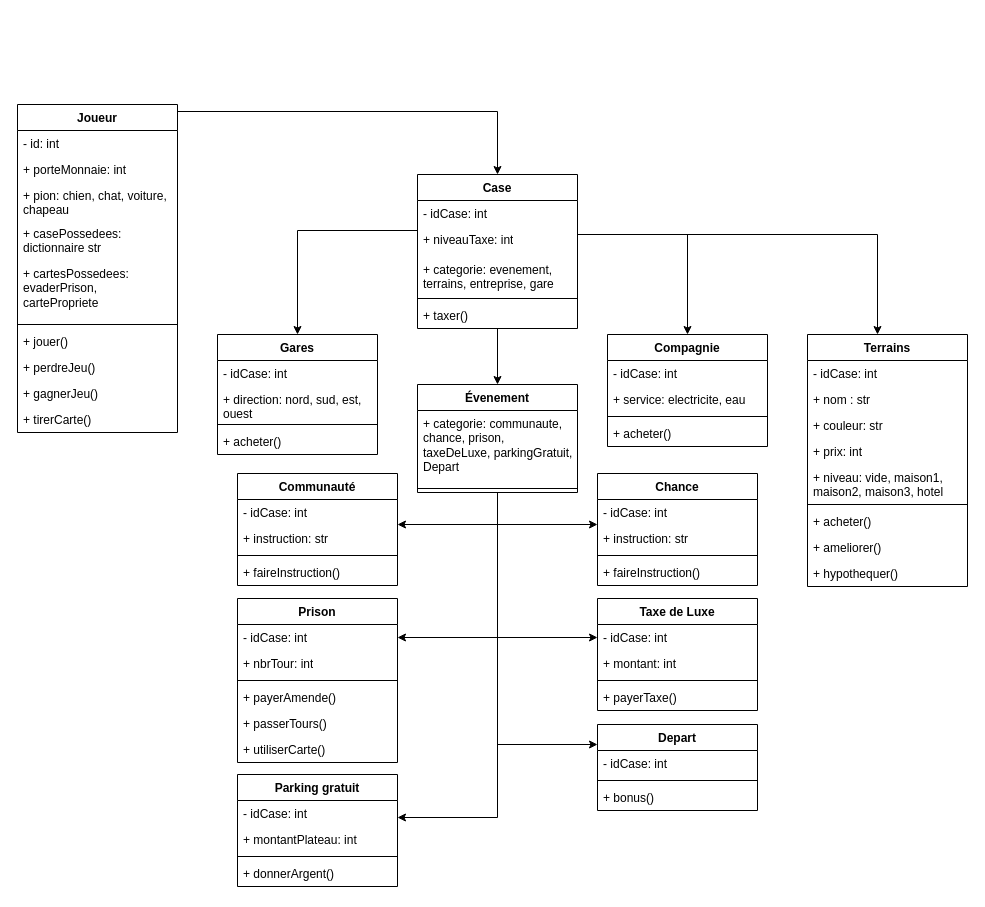
The draw.io diagram diagrammeClasse/DiagMonopoly.drawio in Davidbld/CPP-Monopoly, before the edit. Source tidied: cells renumbered, new cells numbered last; positions are measured from the earlier drawing's top-left corner, leaving out a move shared by most shapes. Both pictures are drawn from the tidied source at 100%, with x=0, y=0 at pixel (17, 104).
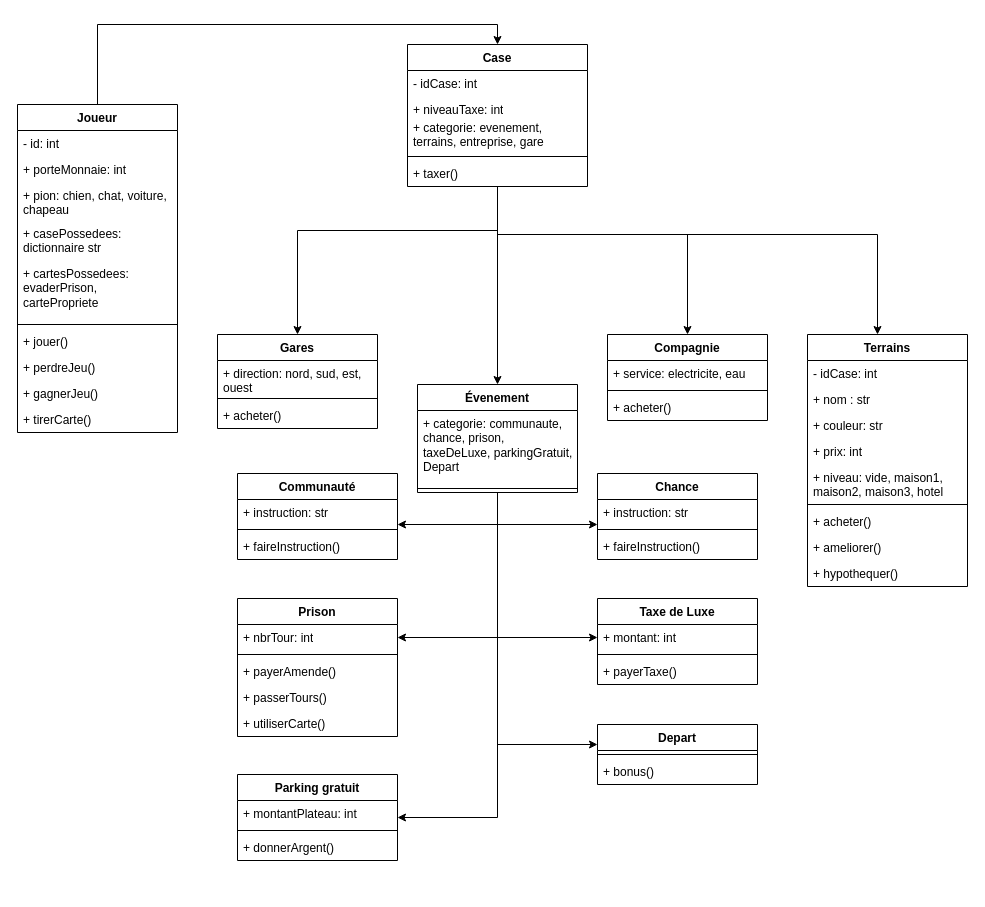
The same diagram, later.

Unchanged cells that the change refers to:
```xml
<mxCell id="13" value="Joueur" style="swimlane;fontStyle=1;align=center;verticalAlign=top;horizontal=1;startSize=26;whiteSpace=wrap;html=1;" parent="1" vertex="1">
  <mxGeometry width="160" height="328" as="geometry" />
</mxCell>
```

Diff of the diagram source:
```diff
@@
     <mxCell id="6" value="Case" style="swimlane;fontStyle=1;align=center;verticalAlign=top;horizontal=1;startSize=26;whiteSpace=wrap;html=1;" parent="1" vertex="1">
-      <mxGeometry x="400" y="70" width="160" height="154" as="geometry" />
+      <mxGeometry x="390" y="-60" width="180" height="142" as="geometry" />
     </mxCell>
     <mxCell id="7" value="- idCase: int" style="text;strokeColor=none;fillColor=none;align=left;verticalAlign=top;spacingLeft=4;spacingRight=4;overflow=hidden;whiteSpace=wrap;html=1;" parent="6" vertex="1">
-      <mxGeometry y="26" width="160" height="26" as="geometry" />
+      <mxGeometry y="26" width="180" height="26" as="geometry" />
     </mxCell>
     <mxCell id="8" value="+ niveauTaxe: int" style="text;strokeColor=none;fillColor=none;align=left;verticalAlign=top;spacingLeft=4;spacingRight=4;overflow=hidden;whiteSpace=wrap;html=1;" parent="6" vertex="1">
-      <mxGeometry y="52" width="160" height="30" as="geometry" />
+      <mxGeometry y="52" width="180" height="18" as="geometry" />
     </mxCell>
     <mxCell id="9" value="+ categorie: evenement, terrains, entreprise, gare" style="text;strokeColor=none;fillColor=none;align=left;verticalAlign=top;spacingLeft=4;spacingRight=4;overflow=hidden;whiteSpace=wrap;html=1;" parent="6" vertex="1">
-      <mxGeometry y="82" width="160" height="38" as="geometry" />
+      <mxGeometry y="70" width="180" height="38" as="geometry" />
     </mxCell>
     <mxCell id="10" style="line;strokeWidth=1;fillColor=none;align=left;verticalAlign=middle;spacingTop=-1;spacingLeft=3;spacingRight=3;labelPosition=right;strokeColor=inherit;" parent="6" vertex="1">
-      <mxGeometry y="120" width="160" height="8" as="geometry" />
+      <mxGeometry y="108" width="180" height="8" as="geometry" />
     </mxCell>
     <mxCell id="11" value="+ taxer()" style="text;strokeColor=none;fillColor=none;align=left;verticalAlign=top;spacingLeft=4;spacingRight=4;overflow=hidden;whiteSpace=wrap;html=1;" parent="6" vertex="1">
-      <mxGeometry y="128" width="160" height="26" as="geometry" />
+      <mxGeometry y="116" width="180" height="26" as="geometry" />
     </mxCell>
     <mxCell id="12" style="edgeStyle=orthogonalEdgeStyle;shape=connector;rounded=0;jettySize=auto;html=1;strokeColor=default;align=center;verticalAlign=middle;fontFamily=Helvetica;fontSize=11;fontColor=default;labelBackgroundColor=default;endArrow=classic;" parent="1" edge="1" source="13" target="6">
       <mxGeometry relative="1" as="geometry">
         <Array as="points">
-          <mxPoint x="480" y="7" />
+          <mxPoint x="80" y="-80" />
+          <mxPoint x="480" y="-80" />
         </Array>
       </mxGeometry>
     </mxCell>
@@
     <mxCell id="24" value="Chance" style="swimlane;fontStyle=1;align=center;verticalAlign=top;horizontal=1;startSize=26;whiteSpace=wrap;html=1;" parent="1" vertex="1">
-      <mxGeometry x="580" y="369" width="160" height="112" as="geometry" />
+      <mxGeometry x="580" y="369" width="160" height="86" as="geometry" />
     </mxCell>
-    <mxCell id="25" value="- idCase: int" style="text;strokeColor=none;fillColor=none;align=left;verticalAlign=top;spacingLeft=4;spacingRight=4;overflow=hidden;whiteSpace=wrap;html=1;" parent="24" vertex="1">
-      <mxGeometry y="26" width="160" height="26" as="geometry" />
-    </mxCell>
     <mxCell id="26" value="+ instruction: str" style="text;strokeColor=none;fillColor=none;align=left;verticalAlign=top;spacingLeft=4;spacingRight=4;overflow=hidden;whiteSpace=wrap;html=1;" parent="24" vertex="1">
-      <mxGeometry y="52" width="160" height="26" as="geometry" />
+      <mxGeometry y="26" width="160" height="26" as="geometry" />
     </mxCell>
     <mxCell id="27" style="line;strokeWidth=1;fillColor=none;align=left;verticalAlign=middle;spacingTop=-1;spacingLeft=3;spacingRight=3;labelPosition=right;strokeColor=inherit;" parent="24" vertex="1">
-      <mxGeometry y="78" width="160" height="8" as="geometry" />
+      <mxGeometry y="52" width="160" height="8" as="geometry" />
     </mxCell>
     <mxCell id="28" value="+ faireInstruction()" style="text;strokeColor=none;fillColor=none;align=left;verticalAlign=top;spacingLeft=4;spacingRight=4;overflow=hidden;whiteSpace=wrap;html=1;" parent="24" vertex="1">
-      <mxGeometry y="86" width="160" height="26" as="geometry" />
+      <mxGeometry y="60" width="160" height="26" as="geometry" />
     </mxCell>
     <mxCell id="29" value="Communauté" style="swimlane;fontStyle=1;align=center;verticalAlign=top;horizontal=1;startSize=26;whiteSpace=wrap;html=1;" parent="1" vertex="1">
-      <mxGeometry x="220" y="369" width="160" height="112" as="geometry" />
+      <mxGeometry x="220" y="369" width="160" height="86" as="geometry" />
     </mxCell>
-    <mxCell id="30" value="- idCase: int" style="text;strokeColor=none;fillColor=none;align=left;verticalAlign=top;spacingLeft=4;spacingRight=4;overflow=hidden;whiteSpace=wrap;html=1;" parent="29" vertex="1">
-      <mxGeometry y="26" width="160" height="26" as="geometry" />
-    </mxCell>
     <mxCell id="31" value="+ instruction: str" style="text;strokeColor=none;fillColor=none;align=left;verticalAlign=top;spacingLeft=4;spacingRight=4;overflow=hidden;whiteSpace=wrap;html=1;" parent="29" vertex="1">
-      <mxGeometry y="52" width="160" height="26" as="geometry" />
+      <mxGeometry y="26" width="160" height="26" as="geometry" />
     </mxCell>
     <mxCell id="32" style="line;strokeWidth=1;fillColor=none;align=left;verticalAlign=middle;spacingTop=-1;spacingLeft=3;spacingRight=3;labelPosition=right;strokeColor=inherit;" parent="29" vertex="1">
-      <mxGeometry y="78" width="160" height="8" as="geometry" />
+      <mxGeometry y="52" width="160" height="8" as="geometry" />
     </mxCell>
     <mxCell id="33" value="+ faireInstruction()" style="text;strokeColor=none;fillColor=none;align=left;verticalAlign=top;spacingLeft=4;spacingRight=4;overflow=hidden;whiteSpace=wrap;html=1;" parent="29" vertex="1">
-      <mxGeometry y="86" width="160" height="26" as="geometry" />
+      <mxGeometry y="60" width="160" height="26" as="geometry" />
     </mxCell>
@@
     <mxCell id="43" value="Prison" style="swimlane;fontStyle=1;align=center;verticalAlign=top;horizontal=1;startSize=26;whiteSpace=wrap;html=1;" parent="1" vertex="1">
-      <mxGeometry x="220" y="494" width="160" height="164" as="geometry" />
+      <mxGeometry x="220" y="494" width="160" height="138" as="geometry" />
     </mxCell>
-    <mxCell id="44" value="- idCase: int" style="text;strokeColor=none;fillColor=none;align=left;verticalAlign=top;spacingLeft=4;spacingRight=4;overflow=hidden;whiteSpace=wrap;html=1;" parent="43" vertex="1">
-      <mxGeometry y="26" width="160" height="26" as="geometry" />
-    </mxCell>
     <mxCell id="45" value="+ nbrTour: int" style="text;strokeColor=none;fillColor=none;align=left;verticalAlign=top;spacingLeft=4;spacingRight=4;overflow=hidden;whiteSpace=wrap;html=1;" parent="43" vertex="1">
-      <mxGeometry y="52" width="160" height="26" as="geometry" />
+      <mxGeometry y="26" width="160" height="26" as="geometry" />
     </mxCell>
     <mxCell id="46" style="line;strokeWidth=1;fillColor=none;align=left;verticalAlign=middle;spacingTop=-1;spacingLeft=3;spacingRight=3;labelPosition=right;strokeColor=inherit;" parent="43" vertex="1">
-      <mxGeometry y="78" width="160" height="8" as="geometry" />
+      <mxGeometry y="52" width="160" height="8" as="geometry" />
     </mxCell>
     <mxCell id="47" value="+ payerAmende()" style="text;strokeColor=none;fillColor=none;align=left;verticalAlign=top;spacingLeft=4;spacingRight=4;overflow=hidden;whiteSpace=wrap;html=1;" parent="43" vertex="1">
-      <mxGeometry y="86" width="160" height="26" as="geometry" />
+      <mxGeometry y="60" width="160" height="26" as="geometry" />
     </mxCell>
     <mxCell id="48" value="+ passerTours()" style="text;strokeColor=none;fillColor=none;align=left;verticalAlign=top;spacingLeft=4;spacingRight=4;overflow=hidden;whiteSpace=wrap;html=1;" parent="43" vertex="1">
-      <mxGeometry y="112" width="160" height="26" as="geometry" />
+      <mxGeometry y="86" width="160" height="26" as="geometry" />
     </mxCell>
     <mxCell id="49" value="+ utiliserCarte()" style="text;strokeColor=none;fillColor=none;align=left;verticalAlign=top;spacingLeft=4;spacingRight=4;overflow=hidden;whiteSpace=wrap;html=1;" parent="43" vertex="1">
-      <mxGeometry y="138" width="160" height="26" as="geometry" />
+      <mxGeometry y="112" width="160" height="26" as="geometry" />
     </mxCell>
     <mxCell id="50" value="Taxe de Luxe" style="swimlane;fontStyle=1;align=center;verticalAlign=top;horizontal=1;startSize=26;whiteSpace=wrap;html=1;" parent="1" vertex="1">
-      <mxGeometry x="580" y="494" width="160" height="112" as="geometry" />
+      <mxGeometry x="580" y="494" width="160" height="86" as="geometry" />
     </mxCell>
-    <mxCell id="51" value="- idCase: int" style="text;strokeColor=none;fillColor=none;align=left;verticalAlign=top;spacingLeft=4;spacingRight=4;overflow=hidden;whiteSpace=wrap;html=1;" parent="50" vertex="1">
-      <mxGeometry y="26" width="160" height="26" as="geometry" />
-    </mxCell>
     <mxCell id="52" value="+ montant: int " style="text;strokeColor=none;fillColor=none;align=left;verticalAlign=top;spacingLeft=4;spacingRight=4;overflow=hidden;whiteSpace=wrap;html=1;" parent="50" vertex="1">
-      <mxGeometry y="52" width="160" height="26" as="geometry" />
+      <mxGeometry y="26" width="160" height="26" as="geometry" />
     </mxCell>
     <mxCell id="53" style="line;strokeWidth=1;fillColor=none;align=left;verticalAlign=middle;spacingTop=-1;spacingLeft=3;spacingRight=3;labelPosition=right;strokeColor=inherit;" parent="50" vertex="1">
-      <mxGeometry y="78" width="160" height="8" as="geometry" />
+      <mxGeometry y="52" width="160" height="8" as="geometry" />
     </mxCell>
     <mxCell id="54" value="+ payerTaxe()" style="text;strokeColor=none;fillColor=none;align=left;verticalAlign=top;spacingLeft=4;spacingRight=4;overflow=hidden;whiteSpace=wrap;html=1;" parent="50" vertex="1">
-      <mxGeometry y="86" width="160" height="26" as="geometry" />
+      <mxGeometry y="60" width="160" height="26" as="geometry" />
     </mxCell>
     <mxCell id="55" value="Gares" style="swimlane;fontStyle=1;align=center;verticalAlign=top;horizontal=1;startSize=26;whiteSpace=wrap;html=1;" parent="1" vertex="1">
-      <mxGeometry x="200" y="230" width="160" height="120" as="geometry" />
+      <mxGeometry x="200" y="230" width="160" height="94" as="geometry" />
     </mxCell>
-    <mxCell id="56" value="- idCase: int" style="text;strokeColor=none;fillColor=none;align=left;verticalAlign=top;spacingLeft=4;spacingRight=4;overflow=hidden;whiteSpace=wrap;html=1;" parent="55" vertex="1">
-      <mxGeometry y="26" width="160" height="26" as="geometry" />
-    </mxCell>
     <mxCell id="57" value="+ direction: nord, sud, est, ouest" style="text;strokeColor=none;fillColor=none;align=left;verticalAlign=top;spacingLeft=4;spacingRight=4;overflow=hidden;whiteSpace=wrap;html=1;" parent="55" vertex="1">
-      <mxGeometry y="52" width="160" height="34" as="geometry" />
+      <mxGeometry y="26" width="160" height="34" as="geometry" />
     </mxCell>
     <mxCell id="58" style="line;strokeWidth=1;fillColor=none;align=left;verticalAlign=middle;spacingTop=-1;spacingLeft=3;spacingRight=3;labelPosition=right;strokeColor=inherit;" parent="55" vertex="1">
-      <mxGeometry y="86" width="160" height="8" as="geometry" />
+      <mxGeometry y="60" width="160" height="8" as="geometry" />
     </mxCell>
     <mxCell id="59" value="&lt;div&gt;+ acheter()&lt;/div&gt;" style="text;strokeColor=none;fillColor=none;align=left;verticalAlign=top;spacingLeft=4;spacingRight=4;overflow=hidden;whiteSpace=wrap;html=1;" parent="55" vertex="1">
-      <mxGeometry y="94" width="160" height="26" as="geometry" />
+      <mxGeometry y="68" width="160" height="26" as="geometry" />
     </mxCell>
     <mxCell id="60" value="Compagnie" style="swimlane;fontStyle=1;align=center;verticalAlign=top;horizontal=1;startSize=26;whiteSpace=wrap;html=1;" parent="1" vertex="1">
-      <mxGeometry x="590" y="230" width="160" height="112" as="geometry" />
+      <mxGeometry x="590" y="230" width="160" height="86" as="geometry" />
     </mxCell>
-    <mxCell id="61" value="- idCase: int" style="text;strokeColor=none;fillColor=none;align=left;verticalAlign=top;spacingLeft=4;spacingRight=4;overflow=hidden;whiteSpace=wrap;html=1;" parent="60" vertex="1">
-      <mxGeometry y="26" width="160" height="26" as="geometry" />
-    </mxCell>
     <mxCell id="62" value="+ service: electricite, eau" style="text;strokeColor=none;fillColor=none;align=left;verticalAlign=top;spacingLeft=4;spacingRight=4;overflow=hidden;whiteSpace=wrap;html=1;" parent="60" vertex="1">
-      <mxGeometry y="52" width="160" height="26" as="geometry" />
+      <mxGeometry y="26" width="160" height="26" as="geometry" />
     </mxCell>
     <mxCell id="63" style="line;strokeWidth=1;fillColor=none;align=left;verticalAlign=middle;spacingTop=-1;spacingLeft=3;spacingRight=3;labelPosition=right;strokeColor=inherit;" parent="60" vertex="1">
-      <mxGeometry y="78" width="160" height="8" as="geometry" />
+      <mxGeometry y="52" width="160" height="8" as="geometry" />
     </mxCell>
     <mxCell id="64" value="&lt;div&gt;+ acheter()&lt;/div&gt;" style="text;strokeColor=none;fillColor=none;align=left;verticalAlign=top;spacingLeft=4;spacingRight=4;overflow=hidden;whiteSpace=wrap;html=1;" parent="60" vertex="1">
-      <mxGeometry y="86" width="160" height="26" as="geometry" />
+      <mxGeometry y="60" width="160" height="26" as="geometry" />
     </mxCell>
@@
     <mxCell id="75" value="Parking gratuit" style="swimlane;fontStyle=1;align=center;verticalAlign=top;horizontal=1;startSize=26;whiteSpace=wrap;html=1;" parent="1" vertex="1">
-      <mxGeometry x="220" y="670" width="160" height="112" as="geometry" />
+      <mxGeometry x="220" y="670" width="160" height="86" as="geometry" />
     </mxCell>
-    <mxCell id="76" value="- idCase: int" style="text;strokeColor=none;fillColor=none;align=left;verticalAlign=top;spacingLeft=4;spacingRight=4;overflow=hidden;whiteSpace=wrap;html=1;" parent="75" vertex="1">
-      <mxGeometry y="26" width="160" height="26" as="geometry" />
-    </mxCell>
     <mxCell id="77" value="+ montantPlateau: int" style="text;strokeColor=none;fillColor=none;align=left;verticalAlign=top;spacingLeft=4;spacingRight=4;overflow=hidden;whiteSpace=wrap;html=1;" parent="75" vertex="1">
-      <mxGeometry y="52" width="160" height="26" as="geometry" />
+      <mxGeometry y="26" width="160" height="26" as="geometry" />
     </mxCell>
     <mxCell id="78" style="line;strokeWidth=1;fillColor=none;align=left;verticalAlign=middle;spacingTop=-1;spacingLeft=3;spacingRight=3;labelPosition=right;strokeColor=inherit;" parent="75" vertex="1">
-      <mxGeometry y="78" width="160" height="8" as="geometry" />
+      <mxGeometry y="52" width="160" height="8" as="geometry" />
     </mxCell>
     <mxCell id="79" value="+ donnerArgent()" style="text;strokeColor=none;fillColor=none;align=left;verticalAlign=top;spacingLeft=4;spacingRight=4;overflow=hidden;whiteSpace=wrap;html=1;" parent="75" vertex="1">
-      <mxGeometry y="86" width="160" height="26" as="geometry" />
+      <mxGeometry y="60" width="160" height="26" as="geometry" />
     </mxCell>
     <mxCell id="80" value="Depart" style="swimlane;fontStyle=1;align=center;verticalAlign=top;horizontal=1;startSize=26;whiteSpace=wrap;html=1;" parent="1" vertex="1">
-      <mxGeometry x="580" y="620" width="160" height="86" as="geometry" />
+      <mxGeometry x="580" y="620" width="160" height="60" as="geometry" />
     </mxCell>
-    <mxCell id="81" value="- idCase: int" style="text;strokeColor=none;fillColor=none;align=left;verticalAlign=top;spacingLeft=4;spacingRight=4;overflow=hidden;whiteSpace=wrap;html=1;" parent="80" vertex="1">
-      <mxGeometry y="26" width="160" height="26" as="geometry" />
-    </mxCell>
     <mxCell id="82" style="line;strokeWidth=1;fillColor=none;align=left;verticalAlign=middle;spacingTop=-1;spacingLeft=3;spacingRight=3;labelPosition=right;strokeColor=inherit;" parent="80" vertex="1">
-      <mxGeometry y="52" width="160" height="8" as="geometry" />
+      <mxGeometry y="26" width="160" height="8" as="geometry" />
     </mxCell>
     <mxCell id="83" value="+ bonus()" style="text;strokeColor=none;fillColor=none;align=left;verticalAlign=top;spacingLeft=4;spacingRight=4;overflow=hidden;whiteSpace=wrap;html=1;" parent="80" vertex="1">
-      <mxGeometry y="60" width="160" height="26" as="geometry" />
+      <mxGeometry y="34" width="160" height="26" as="geometry" />
     </mxCell>
```
